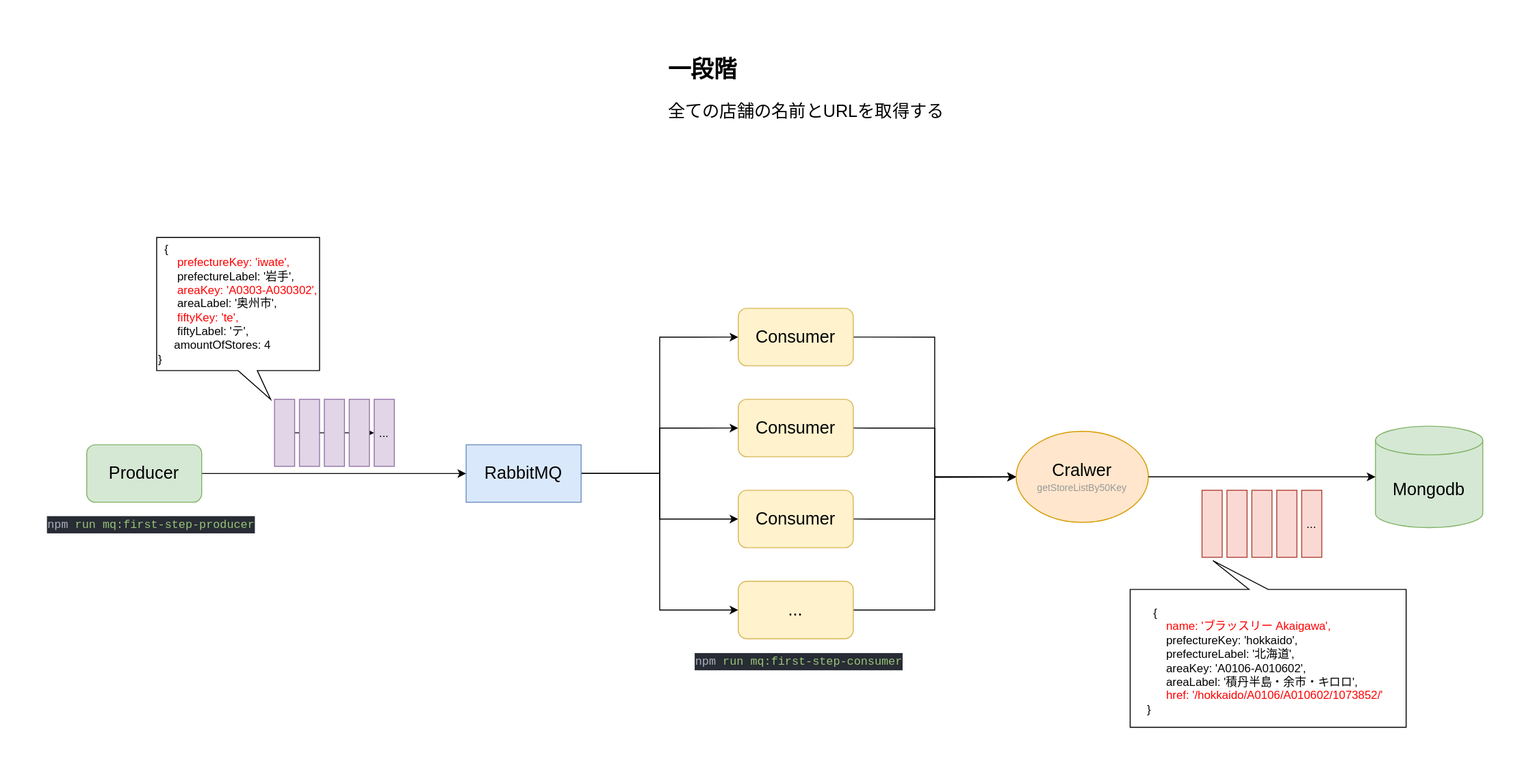
This is assets/first-step-diagram.svg from yoshidashingo/tabelog-crawler, a draw.io export, as it was before one commit. Source tidied: cells renumbered, new cells last; positions are measured from the earlier drawing's top-left corner, leaving out a move shared by most shapes.
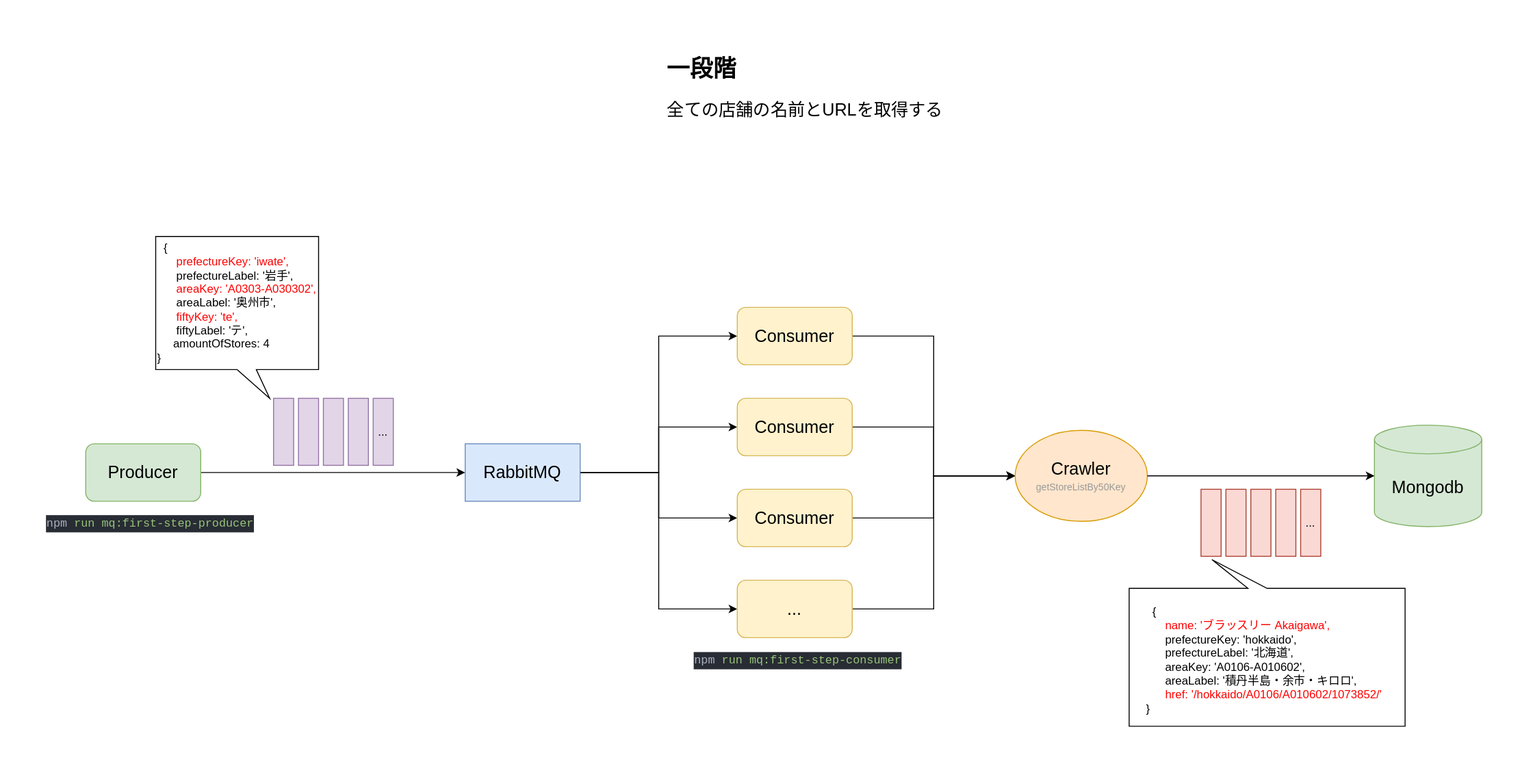
After the commit.

Diff of the diagram source:
```diff
@@ -50,7 +50,7 @@
     <mxCell id="17" value="..." style="rounded=1;whiteSpace=wrap;html=1;fillColor=#fff2cc;strokeColor=#d6b656;fontSize=18;" parent="1" vertex="1">
       <mxGeometry x="731" y="553.5" width="120" height="60" as="geometry" />
     </mxCell>
-    <mxCell id="18" value="&lt;font style=&quot;&quot;&gt;&lt;span style=&quot;font-size: 18px;&quot;&gt;Cralwer&lt;/span&gt;&lt;br&gt;&lt;font color=&quot;#999999&quot; style=&quot;font-size: 10px;&quot;&gt;getStoreListBy50Key&lt;/font&gt;&lt;br&gt;&lt;/font&gt;" style="ellipse;whiteSpace=wrap;html=1;fillColor=#ffe6cc;strokeColor=#d79b00;" parent="1" vertex="1">
+    <mxCell id="18" value="&lt;font style=&quot;&quot;&gt;&lt;span style=&quot;font-size: 18px;&quot;&gt;Crawler&lt;/span&gt;&lt;br&gt;&lt;font color=&quot;#999999&quot; style=&quot;font-size: 10px;&quot;&gt;getStoreListBy50Key&lt;/font&gt;&lt;br&gt;&lt;/font&gt;" style="ellipse;whiteSpace=wrap;html=1;fillColor=#ffe6cc;strokeColor=#d79b00;" parent="1" vertex="1">
       <mxGeometry x="1021" y="397" width="138" height="95" as="geometry" />
     </mxCell>
     <mxCell id="19" value="&lt;font style=&quot;font-size: 18px;&quot;&gt;Mongodb&lt;/font&gt;" style="shape=cylinder3;whiteSpace=wrap;html=1;boundedLbl=1;backgroundOutline=1;size=15;fillColor=#d5e8d4;strokeColor=#82b366;" parent="1" vertex="1">
@@ -65,9 +65,6 @@
     <mxCell id="22" value="&lt;div style=&quot;color: rgb(171, 178, 191); background-color: rgb(40, 44, 52); font-family: Menlo, Monaco, &amp;quot;Courier New&amp;quot;, monospace; line-height: 18px;&quot;&gt;npm &lt;span style=&quot;color: #98c379;&quot;&gt;run&lt;/span&gt; &lt;span style=&quot;color: #98c379;&quot;&gt;mq:first-step-consumer&lt;/span&gt;&lt;/div&gt;" style="text;html=1;align=center;verticalAlign=middle;strokeColor=none;fillColor=none;" parent="1" vertex="1">
       <mxGeometry x="676" y="622" width="235" height="30" as="geometry" />
     </mxCell>
-    <mxCell id="23" style="edgeStyle=orthogonalEdgeStyle;rounded=0;jettySize=auto;html=1;" parent="1" edge="1" source="24" target="28">
-      <mxGeometry relative="1" as="geometry" />
-    </mxCell>
     <mxCell id="24" style="rounded=0;whiteSpace=wrap;html=1;fillColor=#e1d5e7;strokeColor=#9673a6;" parent="1" vertex="1">
       <mxGeometry x="247" y="363.5" width="21" height="70" as="geometry" />
     </mxCell>
```
